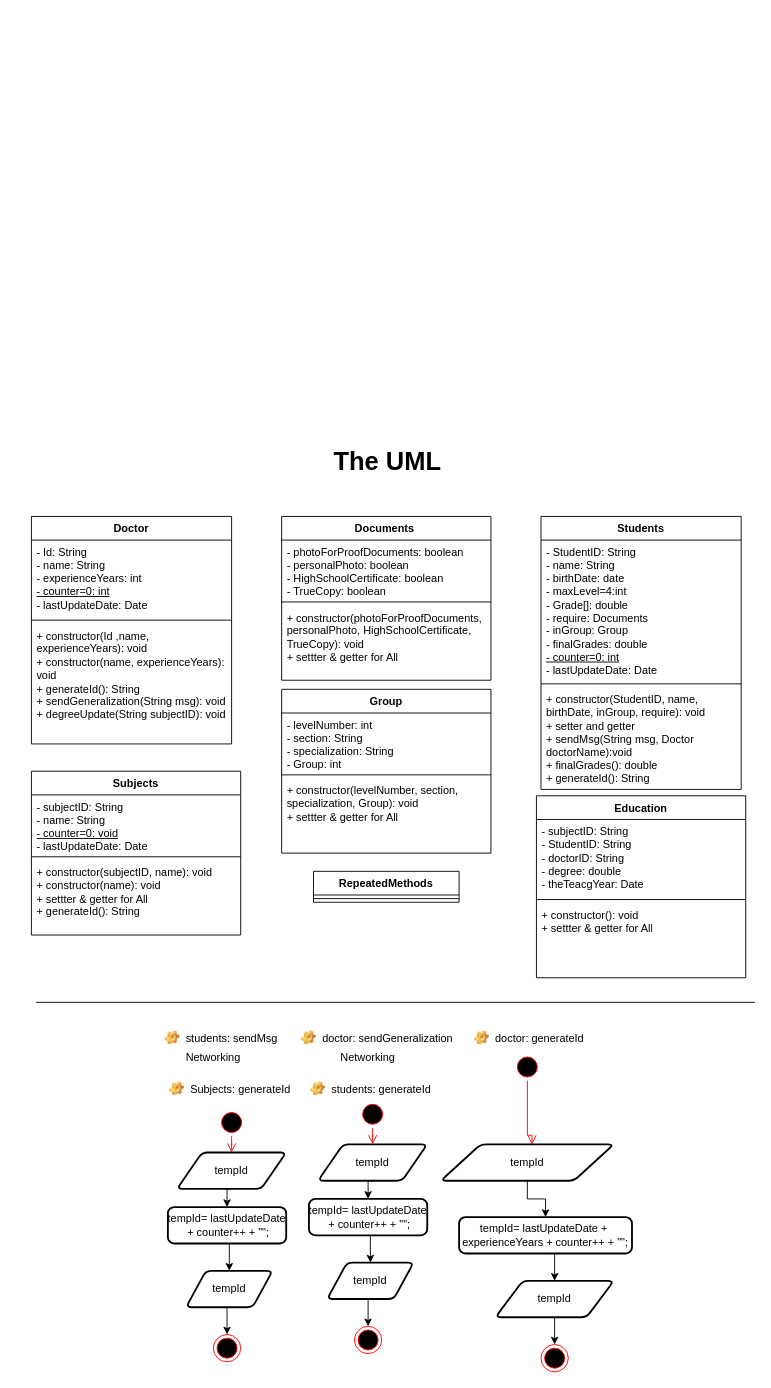
Earlier version of the draw.io diagram page "Copy of Page-1" (2 of 2) of Digrams, pdf/Tanzim-UML.drawio (mohammed-aljablai/Tanzim). Source tidied: cells renumbered, new cells numbered last; positions are measured from the earlier drawing's top-left corner, leaving out a move shared by most shapes. Both pictures are drawn from the tidied source at 91%, with x=0, y=0 at pixel (31, 443).
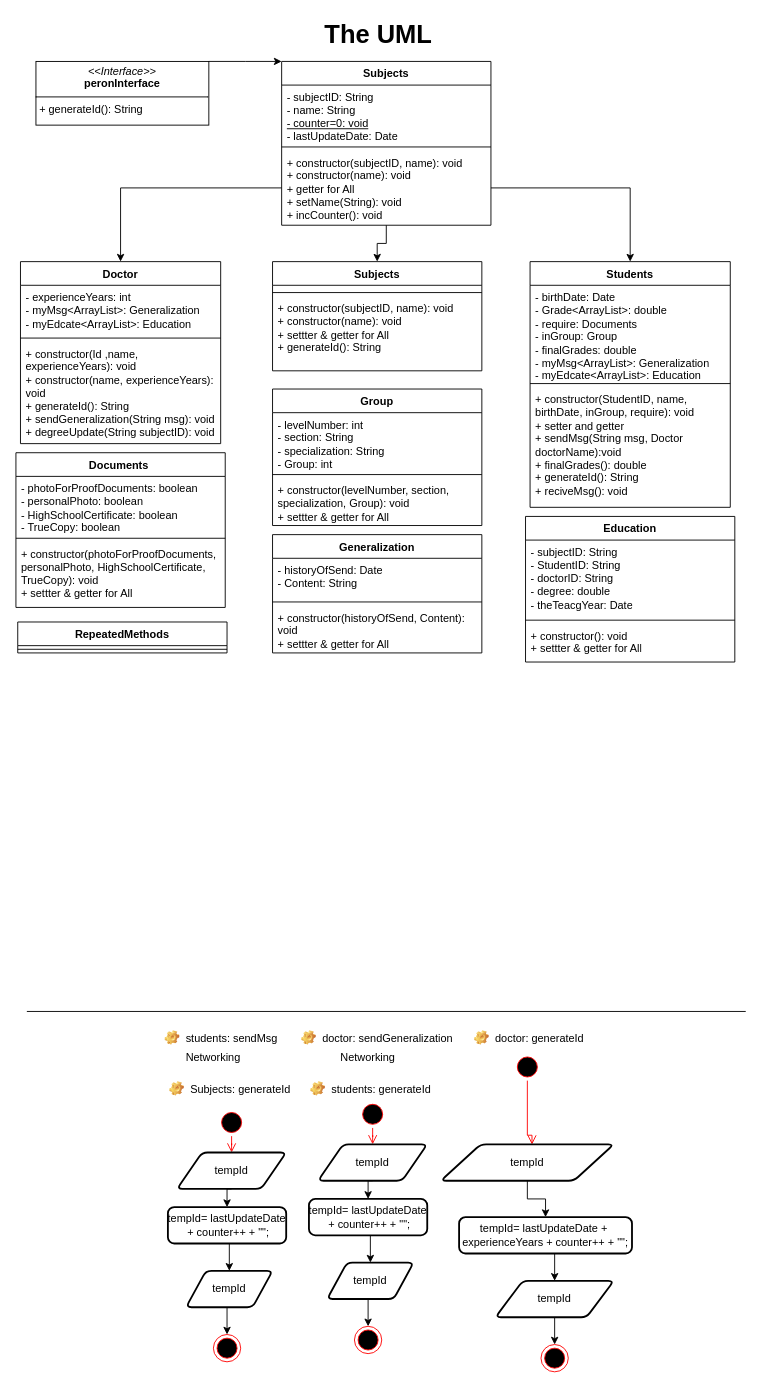
After the change.

The edit, as a diff of the source:
```diff
@@
     <mxCell id="2" value="Students" style="swimlane;fontStyle=1;align=center;verticalAlign=top;horizontal=1;startSize=26;whiteSpace=wrap;html=1;" parent="1" vertex="1">
-      <mxGeometry x="560" y="80" width="220" height="300" as="geometry" />
+      <mxGeometry x="548" y="-200" width="220" height="270" as="geometry" />
     </mxCell>
-    <mxCell id="3" value="- StudentID: String&lt;div&gt;-&amp;nbsp;name: String&lt;/div&gt;&lt;div&gt;-&amp;nbsp;birthDate: date&lt;/div&gt;&lt;div&gt;&lt;span style=&quot;background-color: initial;&quot;&gt;- maxLevel=4:int&lt;/span&gt;&lt;br&gt;&lt;/div&gt;&lt;div&gt;-&amp;nbsp;Grade[]: double&lt;/div&gt;&lt;div&gt;- require:&amp;nbsp;&lt;span style=&quot;background-color: initial; text-align: center;&quot;&gt;Documents&lt;/span&gt;&lt;/div&gt;&lt;div&gt;&lt;span style=&quot;background-color: initial;&quot;&gt;-&amp;nbsp;&lt;/span&gt;&lt;span style=&quot;background-color: initial;&quot;&gt;inGroup:&amp;nbsp;&lt;/span&gt;&lt;span style=&quot;background-color: initial; text-align: center;&quot;&gt;Group&lt;/span&gt;&lt;span style=&quot;background-color: initial; text-align: center;&quot;&gt;&amp;nbsp;&lt;/span&gt;&lt;/div&gt;&lt;div&gt;&lt;span style=&quot;background-color: initial; text-align: center;&quot;&gt;-&amp;nbsp;&lt;/span&gt;&lt;span style=&quot;background-color: initial;&quot;&gt;finalGrades: double&lt;/span&gt;&lt;/div&gt;&lt;div&gt;&lt;div&gt;&lt;span style=&quot;background-color: initial;&quot;&gt;&lt;u&gt;- counter=0: int&lt;/u&gt;&lt;/span&gt;&lt;/div&gt;&lt;div&gt;&lt;span style=&quot;background-color: initial;&quot;&gt;- lastUpdateDate: Date&lt;/span&gt;&lt;/div&gt;&lt;/div&gt;" style="text;strokeColor=none;fillColor=none;align=left;verticalAlign=top;spacingLeft=4;spacingRight=4;overflow=hidden;whiteSpace=wrap;html=1;" parent="2" vertex="1">
-      <mxGeometry y="26" width="220" height="154" as="geometry" />
+    <mxCell id="3" value="&lt;div&gt;&lt;span style=&quot;background-color: initial;&quot;&gt;-&amp;nbsp;birthDate: Date&lt;/span&gt;&lt;/div&gt;&lt;div&gt;-&amp;nbsp;Grade&amp;lt;ArrayList&amp;gt;: double&lt;/div&gt;&lt;div&gt;- require:&amp;nbsp;&lt;span style=&quot;background-color: initial; text-align: center;&quot;&gt;Documents&lt;/span&gt;&lt;/div&gt;&lt;div&gt;&lt;span style=&quot;background-color: initial;&quot;&gt;-&amp;nbsp;&lt;/span&gt;&lt;span style=&quot;background-color: initial;&quot;&gt;inGroup:&amp;nbsp;&lt;/span&gt;&lt;span style=&quot;background-color: initial; text-align: center;&quot;&gt;Group&lt;/span&gt;&lt;span style=&quot;background-color: initial; text-align: center;&quot;&gt;&amp;nbsp;&lt;/span&gt;&lt;/div&gt;&lt;div&gt;&lt;span style=&quot;background-color: initial; text-align: center;&quot;&gt;-&amp;nbsp;&lt;/span&gt;&lt;span style=&quot;background-color: initial;&quot;&gt;finalGrades: double&lt;/span&gt;&lt;/div&gt;&lt;div&gt;&lt;div&gt;- myMsg&lt;span style=&quot;background-color: initial;&quot;&gt;&amp;lt;ArrayList&amp;gt;&lt;/span&gt;&lt;span style=&quot;background-color: initial;&quot;&gt;:&amp;nbsp;&lt;/span&gt;&lt;span style=&quot;background-color: initial; text-align: center;&quot;&gt;Generalization&lt;/span&gt;&lt;/div&gt;&lt;/div&gt;&lt;div&gt;&lt;span style=&quot;background-color: initial; text-align: center;&quot;&gt;- myEdcate&amp;lt;ArrayList&amp;gt;:&amp;nbsp;&lt;/span&gt;&lt;span style=&quot;background-color: initial;&quot;&gt;Education&lt;/span&gt;&lt;span style=&quot;background-color: initial; text-align: center;&quot;&gt;&lt;br&gt;&lt;/span&gt;&lt;/div&gt;" style="text;strokeColor=none;fillColor=none;align=left;verticalAlign=top;spacingLeft=4;spacingRight=4;overflow=hidden;whiteSpace=wrap;html=1;" parent="2" vertex="1">
+      <mxGeometry y="26" width="220" height="104" as="geometry" />
     </mxCell>
     <mxCell id="4" style="line;strokeWidth=1;fillColor=none;align=left;verticalAlign=middle;spacingTop=-1;spacingLeft=3;spacingRight=3;labelPosition=right;strokeColor=inherit;" parent="2" vertex="1">
-      <mxGeometry y="180" width="220" height="8" as="geometry" />
+      <mxGeometry y="130" width="220" height="8" as="geometry" />
     </mxCell>
-    <mxCell id="5" value="+ constructor(StudentID, name, birthDate, inGroup, require): void&lt;div&gt;+ setter and getter&lt;/div&gt;&lt;div&gt;+ sendMsg(String msg, Doctor doctorName):void&lt;/div&gt;&lt;div&gt;+ finalGrades(): double&lt;/div&gt;&lt;div&gt;+ generateId(): String&lt;/div&gt;" style="text;strokeColor=none;fillColor=none;align=left;verticalAlign=top;spacingLeft=4;spacingRight=4;overflow=hidden;whiteSpace=wrap;html=1;" parent="2" vertex="1">
-      <mxGeometry y="188" width="220" height="112" as="geometry" />
+    <mxCell id="5" value="+ constructor(StudentID, name, birthDate, inGroup, require): void&lt;div&gt;+ setter and getter&lt;/div&gt;&lt;div&gt;+ sendMsg(String msg, Doctor doctorName):void&lt;/div&gt;&lt;div&gt;+ finalGrades(): double&lt;/div&gt;&lt;div&gt;+ generateId(): String&lt;/div&gt;&lt;div&gt;+ reciveMsg(): void&lt;/div&gt;" style="text;strokeColor=none;fillColor=none;align=left;verticalAlign=top;spacingLeft=4;spacingRight=4;overflow=hidden;whiteSpace=wrap;html=1;" parent="2" vertex="1">
+      <mxGeometry y="138" width="220" height="132" as="geometry" />
     </mxCell>
     <mxCell id="6" value="Doctor" style="swimlane;fontStyle=1;align=center;verticalAlign=top;horizontal=1;startSize=26;whiteSpace=wrap;html=1;" parent="1" vertex="1">
-      <mxGeometry y="80" width="220" height="250" as="geometry" />
+      <mxGeometry x="-12" y="-200" width="220" height="200" as="geometry" />
     </mxCell>
-    <mxCell id="7" value="- Id: String&lt;div&gt;&lt;span style=&quot;background-color: initial;&quot;&gt;-&amp;nbsp;name: String&lt;/span&gt;&lt;div&gt;&lt;div&gt;&lt;span style=&quot;background-color: initial;&quot;&gt;-&amp;nbsp;experienceYears: int&lt;/span&gt;&lt;br&gt;&lt;/div&gt;&lt;/div&gt;&lt;/div&gt;&lt;div&gt;&lt;span style=&quot;background-color: initial;&quot;&gt;&lt;u&gt;- counter=0: int&lt;/u&gt;&lt;/span&gt;&lt;/div&gt;&lt;div&gt;&lt;span style=&quot;background-color: initial;&quot;&gt;- lastUpdateDate: Date&lt;/span&gt;&lt;/div&gt;" style="text;strokeColor=none;fillColor=none;align=left;verticalAlign=top;spacingLeft=4;spacingRight=4;overflow=hidden;whiteSpace=wrap;html=1;" parent="6" vertex="1">
-      <mxGeometry y="26" width="220" height="84" as="geometry" />
+    <mxCell id="7" value="&lt;div&gt;&lt;div&gt;&lt;div&gt;&lt;span style=&quot;background-color: initial;&quot;&gt;-&amp;nbsp;experienceYears: int&lt;/span&gt;&lt;br&gt;&lt;/div&gt;&lt;/div&gt;&lt;/div&gt;&lt;div&gt;- myMsg&lt;span style=&quot;background-color: initial;&quot;&gt;&amp;lt;ArrayList&amp;gt;&lt;/span&gt;&lt;span style=&quot;background-color: initial;&quot;&gt;:&amp;nbsp;&lt;/span&gt;&lt;span style=&quot;background-color: initial; text-align: center;&quot;&gt;Generalization&lt;/span&gt;&lt;span style=&quot;background-color: initial;&quot;&gt;&lt;br&gt;&lt;/span&gt;&lt;/div&gt;&lt;div&gt;&lt;span style=&quot;background-color: initial; text-align: center;&quot;&gt;- myEdcate&amp;lt;ArrayList&amp;gt;:&amp;nbsp;&lt;/span&gt;&lt;span style=&quot;background-color: initial;&quot;&gt;Education&lt;/span&gt;&lt;br&gt;&lt;/div&gt;" style="text;strokeColor=none;fillColor=none;align=left;verticalAlign=top;spacingLeft=4;spacingRight=4;overflow=hidden;whiteSpace=wrap;html=1;" parent="6" vertex="1">
+      <mxGeometry y="26" width="220" height="54" as="geometry" />
     </mxCell>
     <mxCell id="8" style="line;strokeWidth=1;fillColor=none;align=left;verticalAlign=middle;spacingTop=-1;spacingLeft=3;spacingRight=3;labelPosition=right;strokeColor=inherit;" parent="6" vertex="1">
-      <mxGeometry y="110" width="220" height="8" as="geometry" />
+      <mxGeometry y="80" width="220" height="8" as="geometry" />
     </mxCell>
     <mxCell id="9" value="&lt;div&gt;+&amp;nbsp;&lt;span style=&quot;background-color: initial;&quot;&gt;constructor(Id ,name, experienceYears): void&lt;/span&gt;&lt;/div&gt;&lt;div&gt;+&amp;nbsp;&lt;span style=&quot;background-color: initial;&quot;&gt;constructor(name, experienceYears): void&lt;/span&gt;&lt;span style=&quot;background-color: initial;&quot;&gt;&lt;br&gt;&lt;/span&gt;&lt;/div&gt;+ generateId(): String&lt;div&gt;+ sendGeneralization(String msg): void&lt;/div&gt;&lt;div&gt;+ degreeUpdate(&lt;span style=&quot;background-color: initial;&quot;&gt;String&amp;nbsp;&lt;/span&gt;&lt;span style=&quot;background-color: initial;&quot;&gt;subjectID&lt;/span&gt;&lt;span style=&quot;background-color: initial;&quot;&gt;): void&lt;/span&gt;&lt;/div&gt;&lt;div&gt;&lt;div&gt;&lt;br&gt;&lt;/div&gt;&lt;/div&gt;" style="text;strokeColor=none;fillColor=none;align=left;verticalAlign=top;spacingLeft=4;spacingRight=4;overflow=hidden;whiteSpace=wrap;html=1;" parent="6" vertex="1">
-      <mxGeometry y="118" width="220" height="132" as="geometry" />
+      <mxGeometry y="88" width="220" height="112" as="geometry" />
     </mxCell>
@@
     <mxCell id="24" value="&lt;b&gt;Documents&amp;nbsp;&lt;/b&gt;" style="swimlane;fontStyle=1;align=center;verticalAlign=top;horizontal=1;startSize=26;whiteSpace=wrap;html=1;" parent="1" vertex="1">
-      <mxGeometry x="275" y="80" width="230" height="180" as="geometry" />
+      <mxGeometry x="-17" y="10" width="230" height="170" as="geometry" />
     </mxCell>
@@
     <mxCell id="27" value="+ constructor(photoForProofDocuments, personalPhoto, HighSchoolCertificate, TrueCopy): void&lt;div&gt;+ settter &amp;amp; getter for All&lt;/div&gt;" style="text;strokeColor=none;fillColor=none;align=left;verticalAlign=top;spacingLeft=4;spacingRight=4;overflow=hidden;whiteSpace=wrap;html=1;" parent="24" vertex="1">
-      <mxGeometry y="98" width="230" height="82" as="geometry" />
+      <mxGeometry y="98" width="230" height="72" as="geometry" />
     </mxCell>
     <mxCell id="28" value="&lt;b&gt;Group&lt;/b&gt;" style="swimlane;fontStyle=1;align=center;verticalAlign=top;horizontal=1;startSize=26;whiteSpace=wrap;html=1;" parent="1" vertex="1">
-      <mxGeometry x="275" y="270" width="230" height="180" as="geometry" />
+      <mxGeometry x="265" y="-60" width="230" height="150" as="geometry" />
     </mxCell>
@@
     <mxCell id="31" value="+ constructor(levelNumber, section, specialization, Group): void&lt;div&gt;+ settter &amp;amp; getter for All&lt;/div&gt;" style="text;strokeColor=none;fillColor=none;align=left;verticalAlign=top;spacingLeft=4;spacingRight=4;overflow=hidden;whiteSpace=wrap;html=1;" parent="28" vertex="1">
-      <mxGeometry y="98" width="230" height="82" as="geometry" />
+      <mxGeometry y="98" width="230" height="52" as="geometry" />
     </mxCell>
     <mxCell id="32" value="Subjects" style="swimlane;fontStyle=1;align=center;verticalAlign=top;horizontal=1;startSize=26;whiteSpace=wrap;html=1;" parent="1" vertex="1">
-      <mxGeometry y="360" width="230" height="180" as="geometry" />
+      <mxGeometry x="265" y="-200" width="230" height="120" as="geometry" />
     </mxCell>
-    <mxCell id="33" value="&lt;div&gt;&lt;span style=&quot;background-color: initial;&quot;&gt;-&amp;nbsp;&lt;/span&gt;&lt;span style=&quot;background-color: initial;&quot;&gt;subjectID: String&lt;/span&gt;&lt;br&gt;&lt;/div&gt;&lt;div&gt;&lt;span style=&quot;background-color: initial;&quot;&gt;- name: String&lt;/span&gt;&lt;/div&gt;&lt;div&gt;&lt;span style=&quot;background-color: initial;&quot;&gt;&lt;u&gt;- counter=0: void&lt;/u&gt;&lt;/span&gt;&lt;/div&gt;&lt;div&gt;- lastUpdateDate: Date&lt;span style=&quot;background-color: initial;&quot;&gt;&lt;u&gt;&lt;br&gt;&lt;/u&gt;&lt;/span&gt;&lt;/div&gt;" style="text;strokeColor=none;fillColor=none;align=left;verticalAlign=top;spacingLeft=4;spacingRight=4;overflow=hidden;whiteSpace=wrap;html=1;" parent="32" vertex="1">
-      <mxGeometry y="26" width="230" height="64" as="geometry" />
+    <mxCell id="33" value="&lt;div&gt;&lt;br&gt;&lt;/div&gt;" style="text;strokeColor=none;fillColor=none;align=left;verticalAlign=top;spacingLeft=4;spacingRight=4;overflow=hidden;whiteSpace=wrap;html=1;" parent="32" vertex="1">
+      <mxGeometry y="26" width="230" height="4" as="geometry" />
     </mxCell>
     <mxCell id="34" style="line;strokeWidth=1;fillColor=none;align=left;verticalAlign=middle;spacingTop=-1;spacingLeft=3;spacingRight=3;labelPosition=right;strokeColor=inherit;" parent="32" vertex="1">
-      <mxGeometry y="90" width="230" height="8" as="geometry" />
+      <mxGeometry y="30" width="230" height="8" as="geometry" />
     </mxCell>
     <mxCell id="35" value="+ constructor(subjectID, name): void&lt;div&gt;+ constructor(name): void&lt;/div&gt;&lt;div&gt;&lt;div&gt;+ settter &amp;amp; getter for All&lt;/div&gt;&lt;/div&gt;&lt;div&gt;+ generateId(): String&lt;br&gt;&lt;/div&gt;&lt;div&gt;&lt;br&gt;&lt;/div&gt;" style="text;strokeColor=none;fillColor=none;align=left;verticalAlign=top;spacingLeft=4;spacingRight=4;overflow=hidden;whiteSpace=wrap;html=1;" parent="32" vertex="1">
-      <mxGeometry y="98" width="230" height="82" as="geometry" />
+      <mxGeometry y="38" width="230" height="82" as="geometry" />
     </mxCell>
     <mxCell id="36" value="Education&lt;div&gt;&lt;br/&gt;&lt;/div&gt;" style="swimlane;fontStyle=1;align=center;verticalAlign=top;horizontal=1;startSize=26;whiteSpace=wrap;html=1;" parent="1" vertex="1">
-      <mxGeometry x="555" y="387" width="230" height="200" as="geometry" />
+      <mxGeometry x="543" y="80" width="230" height="160" as="geometry" />
     </mxCell>
@@
     <mxCell id="39" value="&lt;div&gt;+&amp;nbsp;&lt;span style=&quot;background-color: initial;&quot;&gt;constructor(): void&lt;/span&gt;&lt;/div&gt;&lt;div&gt;+ settter &amp;amp; getter for All&lt;/div&gt;" style="text;strokeColor=none;fillColor=none;align=left;verticalAlign=top;spacingLeft=4;spacingRight=4;overflow=hidden;whiteSpace=wrap;html=1;" parent="36" vertex="1">
-      <mxGeometry y="118" width="230" height="82" as="geometry" />
+      <mxGeometry y="118" width="230" height="42" as="geometry" />
     </mxCell>
     <mxCell id="40" value="&lt;font style=&quot;font-size: 28px;&quot;&gt;The UML&lt;/font&gt;" style="text;strokeColor=none;fillColor=none;html=1;fontSize=24;fontStyle=1;verticalAlign=middle;align=center;" parent="1" vertex="1">
-      <mxGeometry x="328" width="125" height="40" as="geometry" />
+      <mxGeometry x="318" y="-470" width="125" height="40" as="geometry" />
     </mxCell>
     <mxCell id="41" value="RepeatedMethods" style="swimlane;fontStyle=1;align=center;verticalAlign=top;horizontal=1;startSize=26;whiteSpace=wrap;html=1;" parent="1" vertex="1">
-      <mxGeometry x="310" y="470" width="160" height="34" as="geometry" />
+      <mxGeometry x="-15" y="196" width="230" height="34" as="geometry" />
     </mxCell>
     <mxCell id="42" style="line;strokeWidth=1;fillColor=none;align=left;verticalAlign=middle;spacingTop=-1;spacingLeft=3;spacingRight=3;labelPosition=right;strokeColor=inherit;" parent="41" vertex="1">
-      <mxGeometry y="26" width="160" height="8" as="geometry" />
+      <mxGeometry y="26" width="230" height="8" as="geometry" />
     </mxCell>
     <mxCell id="43" style="line;strokeWidth=1;fillColor=none;align=left;verticalAlign=middle;spacingTop=-1;spacingLeft=3;spacingRight=3;labelPosition=right;strokeColor=inherit;" parent="1" vertex="1">
-      <mxGeometry x="5" y="610" width="790" height="8" as="geometry" />
+      <mxGeometry x="-5" y="620" width="790" height="8" as="geometry" />
     </mxCell>
@@
+    <mxCell id="64" style="edgeStyle=orthogonalEdgeStyle;rounded=0;jettySize=auto;html=1;exitX=0.5;exitY=1;exitDx=0;exitDy=0;entryX=0.5;entryY=0;entryDx=0;entryDy=0;" parent="1" edge="1" source="65" target="32">
+      <mxGeometry relative="1" as="geometry" />
+    </mxCell>
+    <mxCell id="65" value="Subjects" style="swimlane;fontStyle=1;align=center;verticalAlign=top;horizontal=1;startSize=26;whiteSpace=wrap;html=1;" parent="1" vertex="1">
+      <mxGeometry x="275" y="-420" width="230" height="180" as="geometry" />
+    </mxCell>
+    <mxCell id="66" value="&lt;div&gt;&lt;span style=&quot;background-color: initial;&quot;&gt;-&amp;nbsp;&lt;/span&gt;&lt;span style=&quot;background-color: initial;&quot;&gt;subjectID: String&lt;/span&gt;&lt;br&gt;&lt;/div&gt;&lt;div&gt;&lt;span style=&quot;background-color: initial;&quot;&gt;- name: String&lt;/span&gt;&lt;/div&gt;&lt;div&gt;&lt;span style=&quot;background-color: initial;&quot;&gt;&lt;u&gt;- counter=0: void&lt;/u&gt;&lt;/span&gt;&lt;/div&gt;&lt;div&gt;- lastUpdateDate: Date&lt;span style=&quot;background-color: initial;&quot;&gt;&lt;u&gt;&lt;br&gt;&lt;/u&gt;&lt;/span&gt;&lt;/div&gt;" style="text;strokeColor=none;fillColor=none;align=left;verticalAlign=top;spacingLeft=4;spacingRight=4;overflow=hidden;whiteSpace=wrap;html=1;" parent="65" vertex="1">
+      <mxGeometry y="26" width="230" height="64" as="geometry" />
+    </mxCell>
+    <mxCell id="67" style="line;strokeWidth=1;fillColor=none;align=left;verticalAlign=middle;spacingTop=-1;spacingLeft=3;spacingRight=3;labelPosition=right;strokeColor=inherit;" parent="65" vertex="1">
+      <mxGeometry y="90" width="230" height="8" as="geometry" />
+    </mxCell>
+    <mxCell id="68" value="+ constructor(subjectID, name): void&lt;div&gt;+ constructor(name): void&lt;/div&gt;&lt;div&gt;&lt;div&gt;+ getter for All&lt;/div&gt;&lt;/div&gt;&lt;div&gt;+ setName(String): void&lt;/div&gt;&lt;div&gt;+ incCounter(): void&lt;/div&gt;" style="text;strokeColor=none;fillColor=none;align=left;verticalAlign=top;spacingLeft=4;spacingRight=4;overflow=hidden;points=[[0,0.5],[1,0.5]];portConstraint=eastwest;whiteSpace=wrap;html=1;" parent="65" vertex="1">
+      <mxGeometry y="98" width="230" height="82" as="geometry" />
+    </mxCell>
+    <mxCell id="69" style="edgeStyle=orthogonalEdgeStyle;rounded=0;jettySize=auto;html=1;exitX=1;exitY=0;exitDx=0;exitDy=0;entryX=0;entryY=0;entryDx=0;entryDy=0;" parent="1" edge="1" source="70" target="65">
+      <mxGeometry relative="1" as="geometry">
+        <Array as="points">
+          <mxPoint x="235" y="-420" />
+          <mxPoint x="235" y="-420" />
+        </Array>
+      </mxGeometry>
+    </mxCell>
+    <mxCell id="70" value="&lt;p style=&quot;margin:0px;margin-top:4px;text-align:center;&quot;&gt;&lt;i&gt;&amp;lt;&amp;lt;Interface&amp;gt;&amp;gt;&lt;/i&gt;&lt;br&gt;&lt;b&gt;peronInterface&lt;/b&gt;&lt;/p&gt;&lt;hr size=&quot;1&quot; style=&quot;border-style:solid;&quot;&gt;&lt;p style=&quot;margin:0px;margin-left:4px;&quot;&gt;&lt;/p&gt;&lt;p style=&quot;margin:0px;margin-left:4px;&quot;&gt;&lt;span style=&quot;background-color: initial;&quot;&gt;+ generateId(): String&lt;/span&gt;&lt;br&gt;&lt;/p&gt;&lt;div&gt;&lt;br&gt;&lt;/div&gt;" style="verticalAlign=top;align=left;overflow=fill;html=1;whiteSpace=wrap;" parent="1" vertex="1">
+      <mxGeometry x="5" y="-420" width="190" height="70" as="geometry" />
+    </mxCell>
+    <mxCell id="71" style="edgeStyle=orthogonalEdgeStyle;rounded=0;jettySize=auto;html=1;exitX=1;exitY=0.5;exitDx=0;exitDy=0;entryX=0.5;entryY=0;entryDx=0;entryDy=0;" parent="1" edge="1" source="68" target="2">
+      <mxGeometry relative="1" as="geometry" />
+    </mxCell>
+    <mxCell id="72" style="edgeStyle=orthogonalEdgeStyle;rounded=0;jettySize=auto;html=1;exitX=0;exitY=0.5;exitDx=0;exitDy=0;entryX=0.5;entryY=0;entryDx=0;entryDy=0;" parent="1" edge="1" source="68" target="6">
+      <mxGeometry relative="1" as="geometry" />
+    </mxCell>
+    <mxCell id="73" value="Generalization" style="swimlane;fontStyle=1;align=center;verticalAlign=top;horizontal=1;startSize=26;whiteSpace=wrap;html=1;" parent="1" vertex="1">
+      <mxGeometry x="265" y="100" width="230" height="130" as="geometry" />
+    </mxCell>
+    <mxCell id="74" value="- historyOfSend: Date&lt;div&gt;- Content: String&lt;br&gt;&lt;/div&gt;" style="text;strokeColor=none;fillColor=none;align=left;verticalAlign=top;spacingLeft=4;spacingRight=4;overflow=hidden;whiteSpace=wrap;html=1;" parent="73" vertex="1">
+      <mxGeometry y="26" width="230" height="44" as="geometry" />
+    </mxCell>
+    <mxCell id="75" style="line;strokeWidth=1;fillColor=none;align=left;verticalAlign=middle;spacingTop=-1;spacingLeft=3;spacingRight=3;labelPosition=right;strokeColor=inherit;" parent="73" vertex="1">
+      <mxGeometry y="70" width="230" height="8" as="geometry" />
+    </mxCell>
+    <mxCell id="76" value="+ constructor(historyOfSend, Content): void&lt;div&gt;+ settter &amp;amp; getter for All&lt;/div&gt;" style="text;strokeColor=none;fillColor=none;align=left;verticalAlign=top;spacingLeft=4;spacingRight=4;overflow=hidden;whiteSpace=wrap;html=1;" parent="73" vertex="1">
+      <mxGeometry y="78" width="230" height="52" as="geometry" />
+    </mxCell>
```
